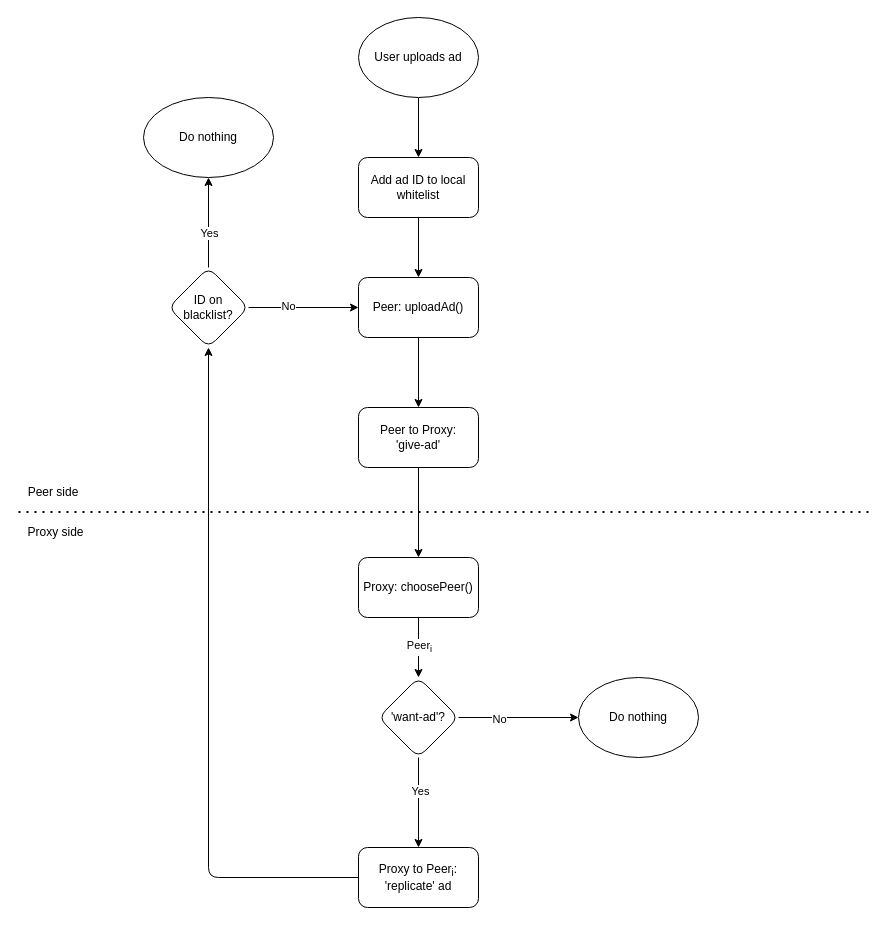
Above: docs/consistency/upload-flow.drawio in bgunson/as (draw.io), before the change. Source tidied: cells renumbered, new cells numbered last; positions are measured from the earlier drawing's top-left corner, leaving out a move shared by most shapes. Both pictures are drawn from the tidied source at 100%, with x=0, y=0 at pixel (18, 17).
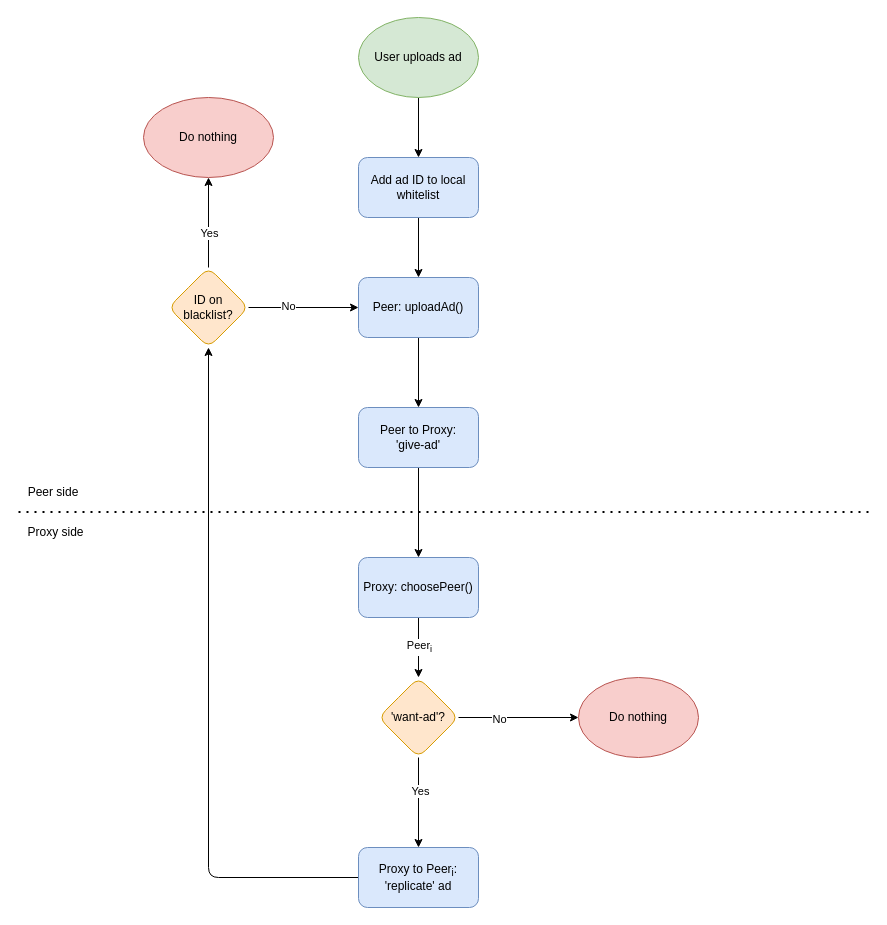
After the change.

Commit message (it also covers changes not shown here):
colour code flwo diagrams

Diff of the diagram source:
```diff
@@
-    <mxCell id="4" value="User uploads ad" style="ellipse;whiteSpace=wrap;html=1;" parent="1" vertex="1">
+    <mxCell id="4" value="User uploads ad" style="ellipse;whiteSpace=wrap;html=1;fillColor=#d5e8d4;strokeColor=#82b366;" parent="1" vertex="1">
       <mxGeometry x="340" width="120" height="80" as="geometry" />
     </mxCell>
@@
-    <mxCell id="6" value="Peer: uploadAd()" style="rounded=1;whiteSpace=wrap;html=1;" parent="1" vertex="1">
+    <mxCell id="6" value="Peer: uploadAd()" style="rounded=1;whiteSpace=wrap;html=1;fillColor=#dae8fc;strokeColor=#6c8ebf;" parent="1" vertex="1">
       <mxGeometry x="340" y="260" width="120" height="60" as="geometry" />
     </mxCell>
@@
-    <mxCell id="8" value="Peer to Proxy: &lt;br&gt;'give-ad'" style="whiteSpace=wrap;html=1;rounded=1;" parent="1" vertex="1">
+    <mxCell id="8" value="Peer to Proxy: &lt;br&gt;'give-ad'" style="whiteSpace=wrap;html=1;rounded=1;fillColor=#dae8fc;strokeColor=#6c8ebf;" parent="1" vertex="1">
       <mxGeometry x="340" y="390" width="120" height="60" as="geometry" />
     </mxCell>
@@
-    <mxCell id="11" value="Proxy: choosePeer()" style="whiteSpace=wrap;html=1;rounded=1;" parent="1" vertex="1">
+    <mxCell id="11" value="Proxy: choosePeer()" style="whiteSpace=wrap;html=1;rounded=1;fillColor=#dae8fc;strokeColor=#6c8ebf;" parent="1" vertex="1">
       <mxGeometry x="340" y="540" width="120" height="60" as="geometry" />
     </mxCell>
@@
-    <mxCell id="16" value="'want-ad'?" style="rhombus;whiteSpace=wrap;html=1;rounded=1;" parent="1" vertex="1">
+    <mxCell id="16" value="'want-ad'?" style="rhombus;whiteSpace=wrap;html=1;rounded=1;fillColor=#ffe6cc;strokeColor=#d79b00;" parent="1" vertex="1">
       <mxGeometry x="360" y="660" width="80" height="80" as="geometry" />
     </mxCell>
-    <mxCell id="17" value="Do nothing" style="ellipse;whiteSpace=wrap;html=1;rounded=1;" parent="1" vertex="1">
+    <mxCell id="17" value="Do nothing" style="ellipse;whiteSpace=wrap;html=1;rounded=1;fillColor=#f8cecc;strokeColor=#b85450;" parent="1" vertex="1">
       <mxGeometry x="560" y="660" width="120" height="80" as="geometry" />
     </mxCell>
@@
-    <mxCell id="19" value="Proxy to Peer&lt;sub&gt;i&lt;/sub&gt;:&lt;br&gt;'replicate' ad" style="whiteSpace=wrap;html=1;rounded=1;" parent="1" vertex="1">
+    <mxCell id="19" value="Proxy to Peer&lt;sub&gt;i&lt;/sub&gt;:&lt;br&gt;'replicate' ad" style="whiteSpace=wrap;html=1;rounded=1;fillColor=#dae8fc;strokeColor=#6c8ebf;" parent="1" vertex="1">
       <mxGeometry x="340" y="830" width="120" height="60" as="geometry" />
     </mxCell>
@@
-    <mxCell id="23" value="Add ad ID to local whitelist" style="whiteSpace=wrap;html=1;rounded=1;" parent="1" vertex="1">
+    <mxCell id="23" value="Add ad ID to local whitelist" style="whiteSpace=wrap;html=1;rounded=1;fillColor=#dae8fc;strokeColor=#6c8ebf;" parent="1" vertex="1">
       <mxGeometry x="340" y="140" width="120" height="60" as="geometry" />
     </mxCell>
@@
-    <mxCell id="28" value="ID on blacklist?" style="rhombus;whiteSpace=wrap;html=1;rounded=1;" parent="1" vertex="1">
+    <mxCell id="28" value="ID on blacklist?" style="rhombus;whiteSpace=wrap;html=1;rounded=1;fillColor=#ffe6cc;strokeColor=#d79b00;" parent="1" vertex="1">
       <mxGeometry x="150" y="250" width="80" height="80" as="geometry" />
     </mxCell>
-    <mxCell id="29" value="Do nothing" style="ellipse;whiteSpace=wrap;html=1;rounded=1;" parent="1" vertex="1">
+    <mxCell id="29" value="Do nothing" style="ellipse;whiteSpace=wrap;html=1;rounded=1;fillColor=#f8cecc;strokeColor=#b85450;" parent="1" vertex="1">
       <mxGeometry x="125" y="80" width="130" height="80" as="geometry" />
     </mxCell>
```
